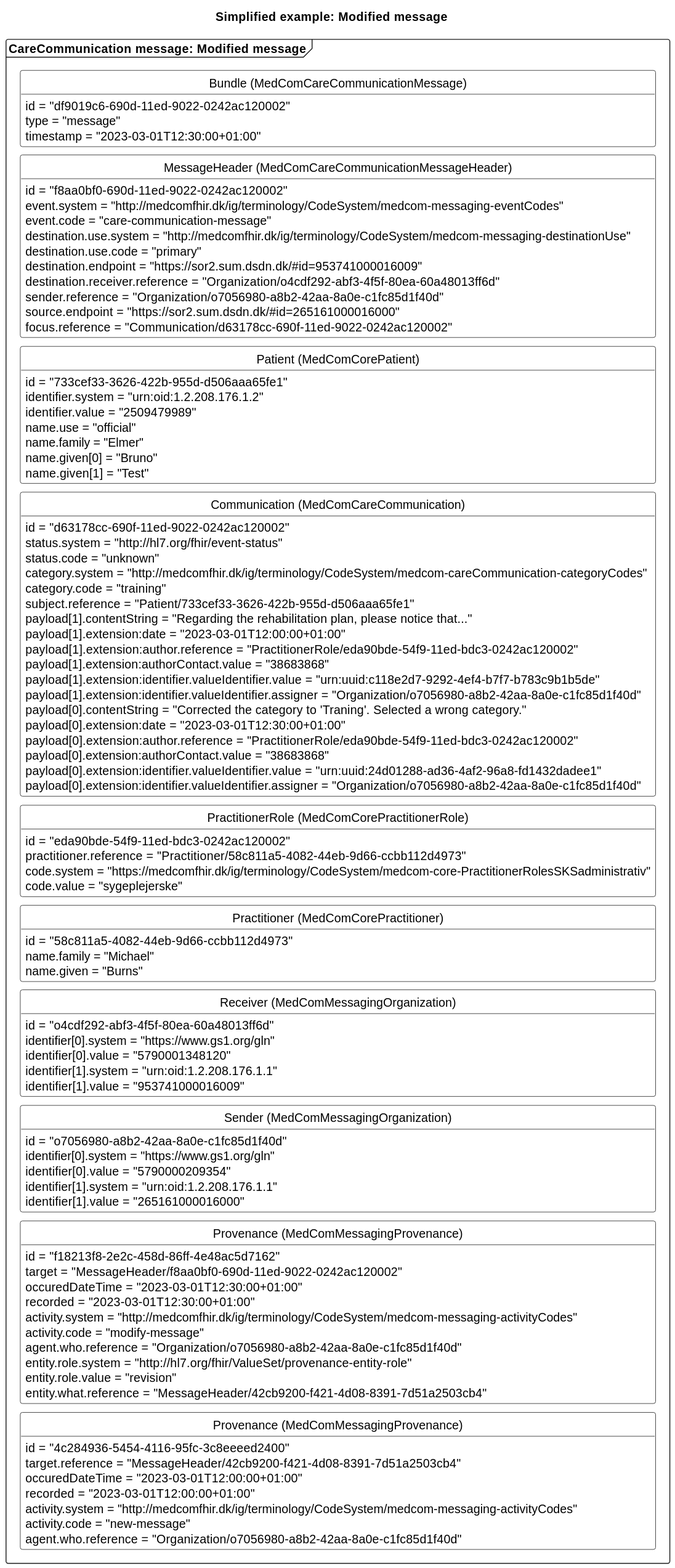
This is input/images/carecommunication/CCmodifyMessage.svg from medcomdk/dk-medcom-carecommunication, a PlantUML export, as it was before one commit.
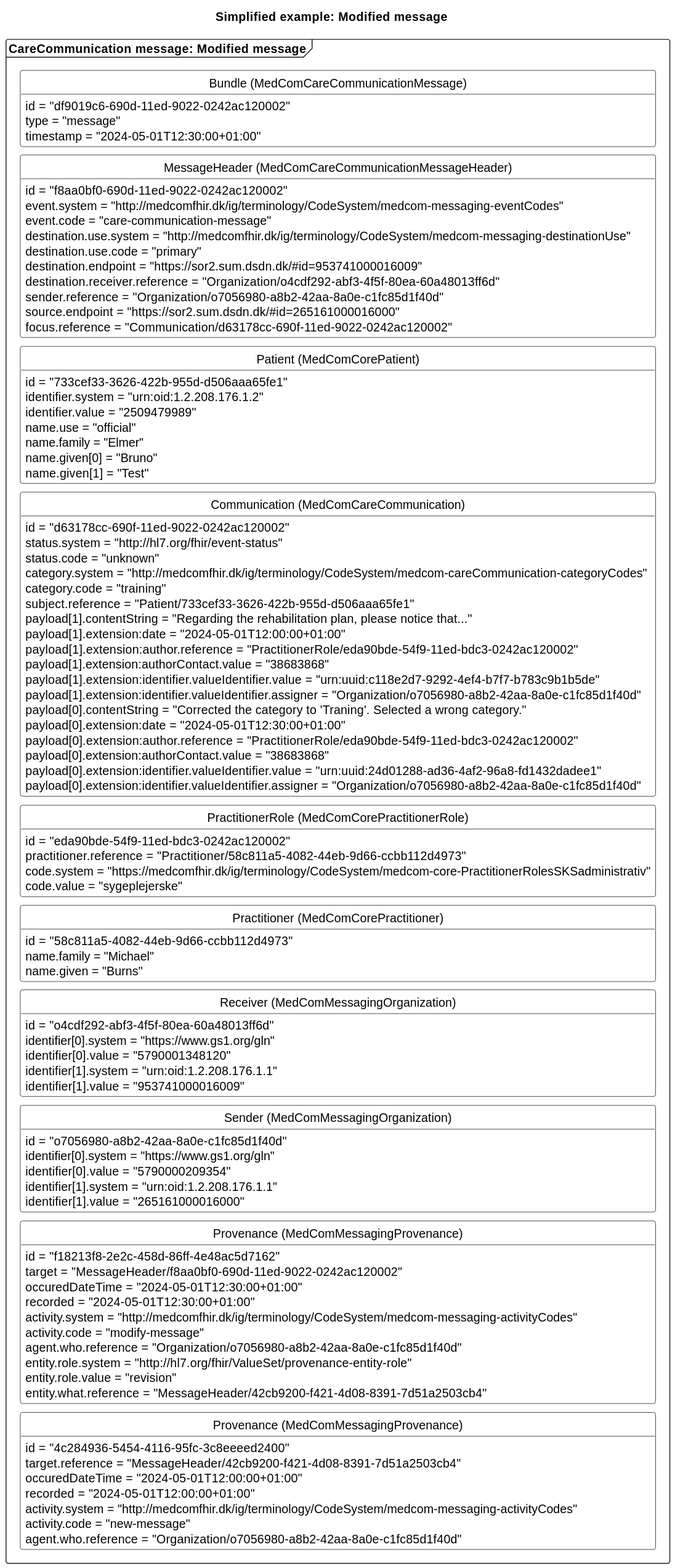
The same file after the commit.

Change to the diagram source:
```diff
@@ -17,7 +17,7 @@
     class "Bundle (MedComCareCommunicationMessage)" as modifyB {
         id = "df9019c6-690d-11ed-9022-0242ac120002"
         type = "message"
-        timestamp = "2023-03-01T12:30:00+01:00"
+        timestamp = "2024-05-01T12:30:00+01:00"
     }
     class "MessageHeader (MedComCareCommunicationMessageHeader)" as modifyMH{
         id = "f8aa0bf0-690d-11ed-9022-0242ac120002"
@@ -48,13 +48,13 @@
         category.code = "training"
         subject.reference = "Patient/733cef33-3626-422b-955d-d506aaa65fe1"
         payload[1].contentString = "Regarding the rehabilitation plan, please notice that..."
-        payload[1].extension:date = "2023-03-01T12:00:00+01:00"
+        payload[1].extension:date = "2024-05-01T12:00:00+01:00"
         payload[1].extension:author.reference = "PractitionerRole/eda90bde-54f9-11ed-bdc3-0242ac120002"
         payload[1].extension:authorContact.value = "38683868"
         payload[1].extension:identifier.valueIdentifier.value = "urn:uuid:c118e2d7-9292-4ef4-b7f7-b783c9b1b5de"
         payload[1].extension:identifier.valueIdentifier.assigner = "Organization/o7056980-a8b2-42aa-8a0e-c1fc85d1f40d"
         payload[0].contentString = "Corrected the category to 'Traning'. Selected a wrong category."
-        payload[0].extension:date = "2023-03-01T12:30:00+01:00"
+        payload[0].extension:date = "2024-05-01T12:30:00+01:00"
         payload[0].extension:author.reference = "PractitionerRole/eda90bde-54f9-11ed-bdc3-0242ac120002"
         payload[0].extension:authorContact.value = "38683868"
         payload[0].extension:identifier.valueIdentifier.value = "urn:uuid:24d01288-ad36-4af2-96a8-fd1432dadee1"
@@ -88,8 +88,8 @@
     class "Provenance (MedComMessagingProvenance)" as modifyPRO{
         id = "f18213f8-2e2c-458d-86ff-4e48ac5d7162"
         target = "MessageHeader/f8aa0bf0-690d-11ed-9022-0242ac120002"
-        occuredDateTime = "2023-03-01T12:30:00+01:00"
-        recorded = "2023-03-01T12:30:00+01:00"
+        occuredDateTime = "2024-05-01T12:30:00+01:00"
+        recorded = "2024-05-01T12:30:00+01:00"
         activity.system = "http://medcomfhir.dk/ig/terminology/CodeSystem/medcom-messaging-activityCodes"
         activity.code = "modify-message"
         agent.who.reference = "Organization/o7056980-a8b2-42aa-8a0e-c1fc85d1f40d"
@@ -100,8 +100,8 @@
     class "Provenance (MedComMessagingProvenance)" as newPRO{
         id = "4c284936-5454-4116-95fc-3c8eeeed2400"
         target.reference = "MessageHeader/42cb9200-f421-4d08-8391-7d51a2503cb4"
-        occuredDateTime = "2023-03-01T12:00:00+01:00"
-        recorded = "2023-03-01T12:00:00+01:00"
+        occuredDateTime = "2024-05-01T12:00:00+01:00"
+        recorded = "2024-05-01T12:00:00+01:00"
         activity.system = "http://medcomfhir.dk/ig/terminology/CodeSystem/medcom-messaging-activityCodes"
         activity.code = "new-message"
         agent.who.reference = "Organization/o7056980-a8b2-42aa-8a0e-c1fc85d1f40d"
```
